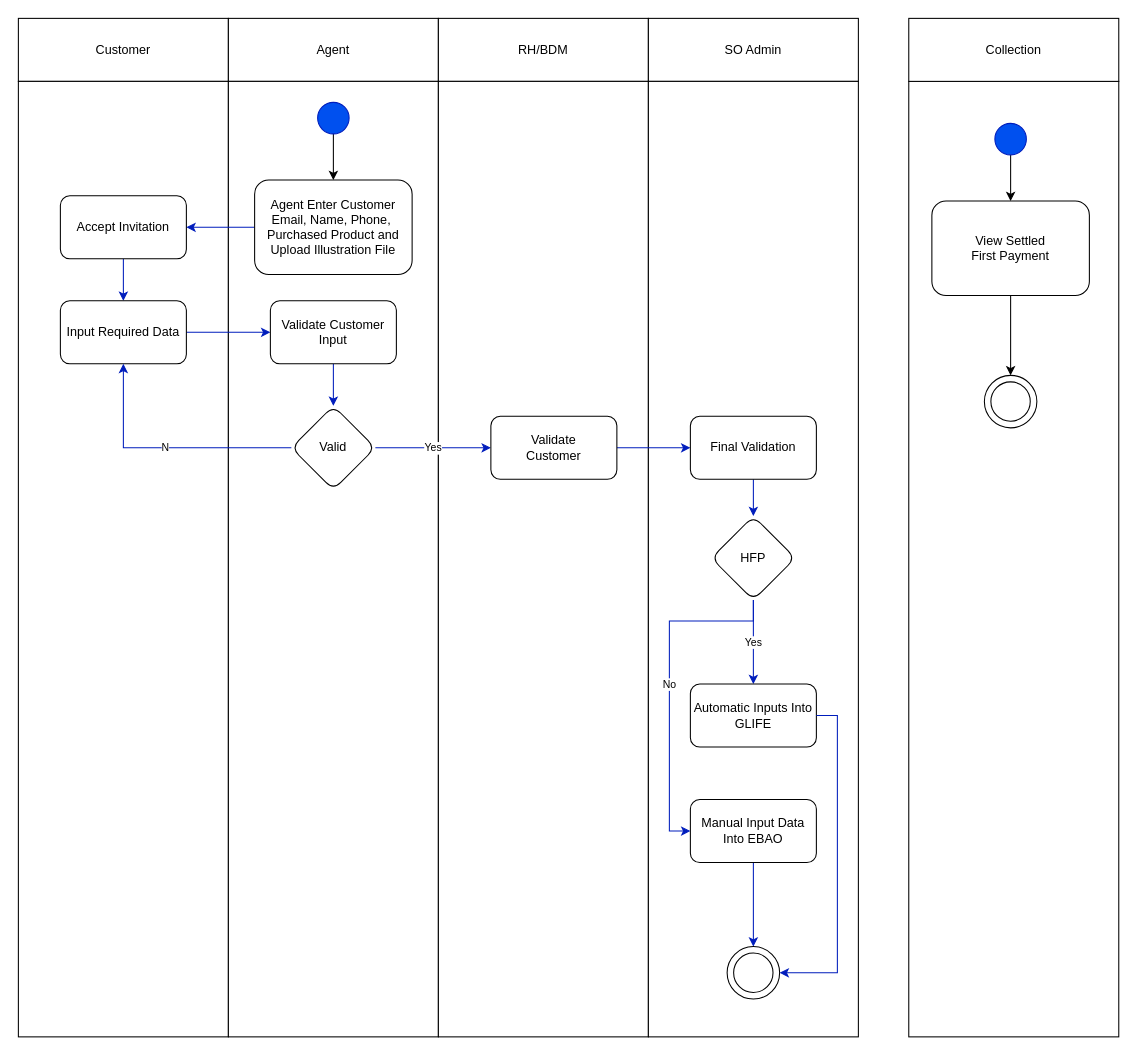
This is page "ActivityDiagram" (19 of 19) of CustomerInvitation.drawio from gustianom/hanwhaiso, a draw.io file, before an edit. Source tidied: cells renumbered, new cells numbered last; positions are measured from the earlier drawing's top-left corner, leaving out a move shared by most shapes. Both pictures are drawn from the tidied source at 105%, with x=0, y=0 at pixel (18, 18).
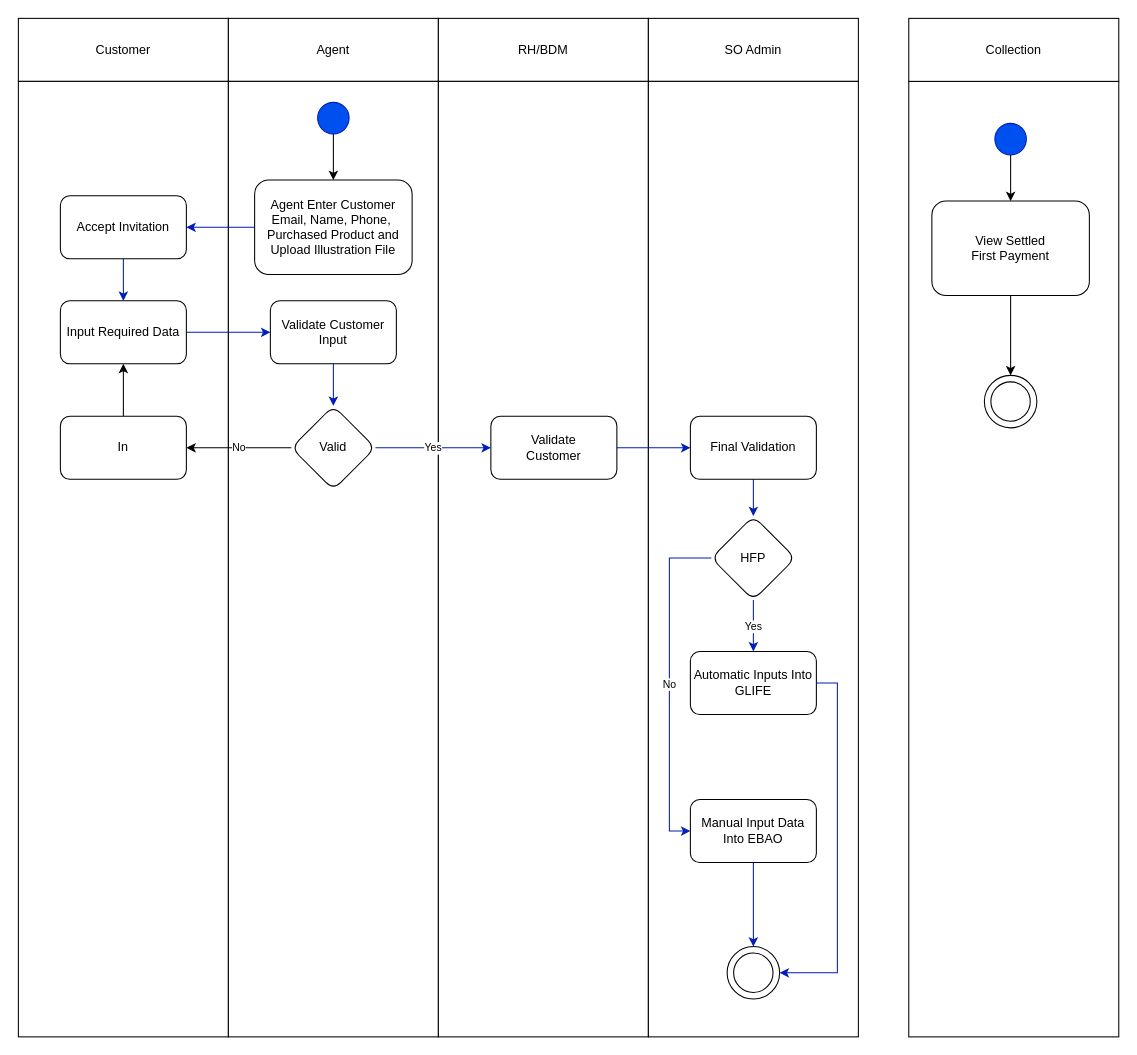
The same page after the edit.

The change refers to these unchanged cells:
```xml
<mxCell id="17" value="Input Required Data" style="whiteSpace=wrap;html=1;rounded=1;" parent="1" vertex="1">
  <mxGeometry x="40" y="269" width="120" height="60" as="geometry" />
</mxCell>
<mxCell id="21" value="Valid" style="rhombus;whiteSpace=wrap;html=1;rounded=1;" parent="1" vertex="1">
  <mxGeometry x="260" y="369" width="80" height="80" as="geometry" />
</mxCell>
<mxCell id="28" value="HFP" style="rhombus;whiteSpace=wrap;html=1;rounded=1;" parent="1" vertex="1">
  <mxGeometry x="660" y="474" width="80" height="80" as="geometry" />
</mxCell>
<mxCell id="31" value="Manual Input Data Into EBAO" style="whiteSpace=wrap;html=1;rounded=1;" parent="1" vertex="1">
  <mxGeometry x="640" y="744" width="120" height="60" as="geometry" />
</mxCell>
<mxCell id="34" style="ellipse;whiteSpace=wrap;html=1;fontSize=10;" parent="33" vertex="1">
  <mxGeometry width="50" height="50" as="geometry" />
</mxCell>
```

The edit, as a diff of the source:
```diff
@@
+    <mxCell id="46" value="No" style="edgeStyle=orthogonalEdgeStyle;rounded=0;jettySize=auto;html=1;entryX=1;entryY=0.5;entryDx=0;entryDy=0;fontSize=10;" parent="1" edge="1" source="21" target="48">
+      <mxGeometry relative="1" as="geometry" />
+    </mxCell>
@@
-    <mxCell id="24" value="N" style="edgeStyle=orthogonalEdgeStyle;rounded=0;jettySize=auto;html=1;fontSize=10;fillColor=#0050ef;strokeColor=#001DBC;exitX=0;exitY=0.5;exitDx=0;exitDy=0;" parent="1" edge="1" source="21" target="17">
-      <mxGeometry relative="1" as="geometry" />
-    </mxCell>
@@
-    <mxCell id="27" value="Yes" style="edgeStyle=orthogonalEdgeStyle;rounded=0;jettySize=auto;html=1;fontSize=10;entryX=0.5;entryY=0;entryDx=0;entryDy=0;fillColor=#0050ef;strokeColor=#001DBC;" parent="1" edge="1" source="28" target="29">
-      <mxGeometry relative="1" as="geometry">
-        <Array as="points">
-          <mxPoint x="700" y="604" />
-          <mxPoint x="700" y="604" />
-        </Array>
-      </mxGeometry>
+    <mxCell id="27" value="Yes" style="edgeStyle=orthogonalEdgeStyle;rounded=0;jettySize=auto;html=1;fontSize=10;fillColor=#0050ef;strokeColor=#001DBC;" parent="1" edge="1" source="28" target="29">
+      <mxGeometry relative="1" as="geometry" />
     </mxCell>
@@
     <mxCell id="29" value="Automatic Inputs Into GLIFE" style="whiteSpace=wrap;html=1;rounded=1;" parent="1" vertex="1">
-      <mxGeometry x="640" y="634" width="120" height="60" as="geometry" />
+      <mxGeometry x="640" y="603" width="120" height="60" as="geometry" />
     </mxCell>
@@
-    <mxCell id="32" value="No" style="edgeStyle=orthogonalEdgeStyle;rounded=0;jettySize=auto;html=1;fontSize=10;exitX=0.5;exitY=1;exitDx=0;exitDy=0;entryX=0;entryY=0.5;entryDx=0;entryDy=0;fillColor=#0050ef;strokeColor=#001DBC;" parent="1" edge="1" source="28" target="31">
+    <mxCell id="32" value="No" style="edgeStyle=orthogonalEdgeStyle;rounded=0;jettySize=auto;html=1;fontSize=10;entryX=0;entryY=0.5;entryDx=0;entryDy=0;fillColor=#0050ef;strokeColor=#001DBC;exitX=0;exitY=0.5;exitDx=0;exitDy=0;" parent="1" edge="1" source="28" target="31">
       <mxGeometry relative="1" as="geometry">
         <Array as="points">
-          <mxPoint x="700" y="574" />
-          <mxPoint x="620" y="574" />
+          <mxPoint x="620" y="514" />
           <mxPoint x="620" y="774" />
         </Array>
       </mxGeometry>
     </mxCell>
@@
     <mxCell id="36" style="edgeStyle=orthogonalEdgeStyle;rounded=0;jettySize=auto;html=1;fontSize=10;entryX=1;entryY=0.5;entryDx=0;entryDy=0;exitX=1;exitY=0.5;exitDx=0;exitDy=0;fillColor=#0050ef;strokeColor=#001DBC;" parent="1" edge="1" source="29" target="34">
       <mxGeometry relative="1" as="geometry">
         <Array as="points">
-          <mxPoint x="780" y="664" />
+          <mxPoint x="780" y="633" />
           <mxPoint x="780" y="909" />
         </Array>
       </mxGeometry>
     </mxCell>
@@
+    <mxCell id="47" style="edgeStyle=orthogonalEdgeStyle;rounded=0;jettySize=auto;html=1;entryX=0.5;entryY=1;entryDx=0;entryDy=0;fontSize=10;" parent="1" edge="1" source="48" target="17">
+      <mxGeometry relative="1" as="geometry" />
+    </mxCell>
+    <mxCell id="48" value="In" style="whiteSpace=wrap;html=1;rounded=1;" parent="1" vertex="1">
+      <mxGeometry x="40" y="379" width="120" height="60" as="geometry" />
+    </mxCell>
```
